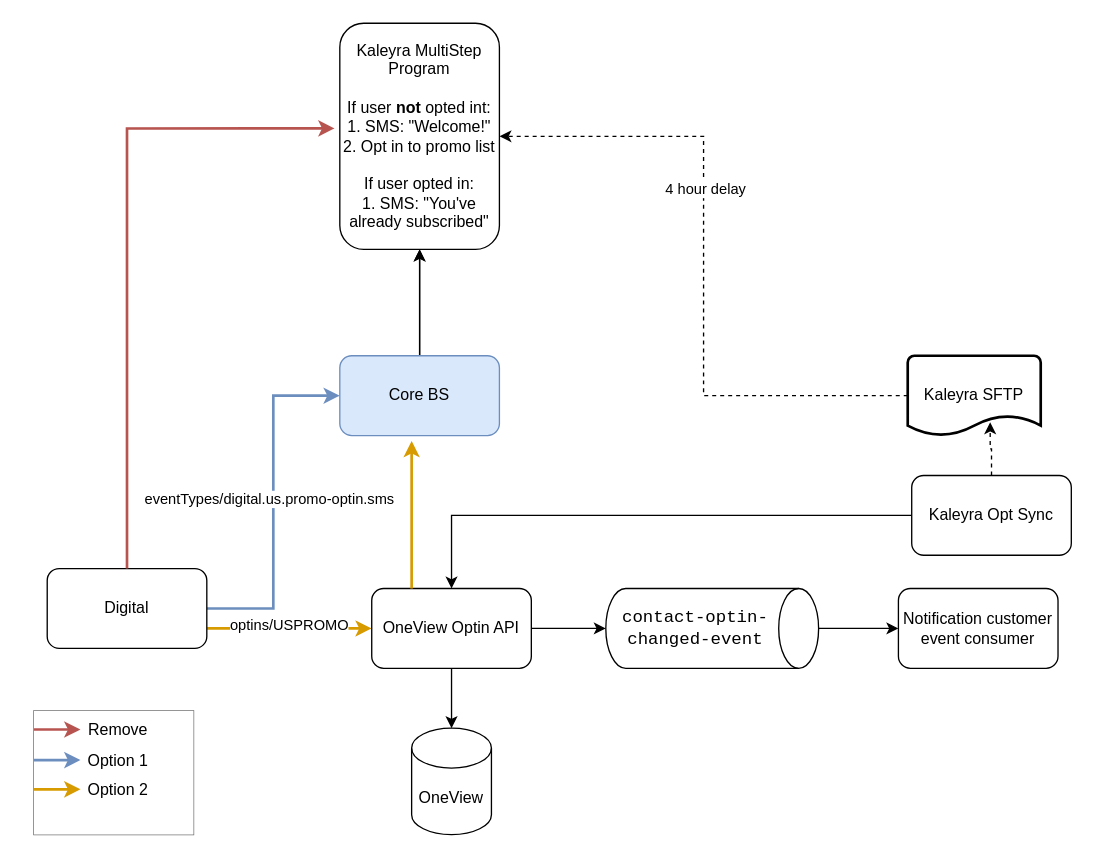
Before: drawings/Digital Optin integration.drawio in AarellanoH/draw_io, a draw.io diagram. Source tidied: cells renumbered, new cells numbered last; positions are measured from the earlier drawing's top-left corner, leaving out a move shared by most shapes. Both pictures are drawn from the tidied source at 133%, with x=0, y=0 at pixel (33, 23).
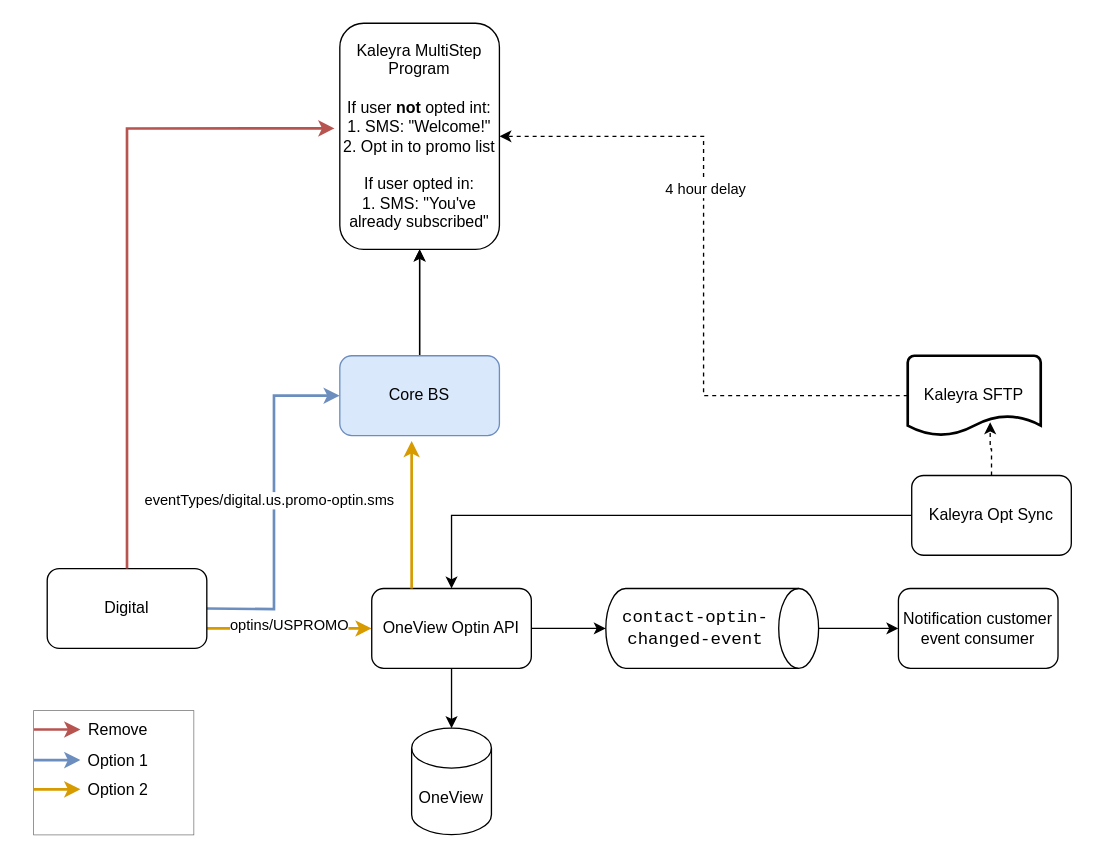
The same diagram, later.

The change refers to these unchanged cells:
```xml
<mxCell id="14" value="Core BS" style="rounded=1;whiteSpace=wrap;html=1;fillColor=#dae8fc;strokeColor=#6c8ebf;" parent="1" vertex="1">
  <mxGeometry x="230" y="250" width="120" height="60" as="geometry" />
</mxCell>
<mxCell id="19" value="Digital" style="rounded=1;whiteSpace=wrap;html=1;" parent="1" vertex="1">
  <mxGeometry x="10" y="410" width="120" height="60" as="geometry" />
</mxCell>
```

The edit, as a diff of the source:
```diff
@@
-    <mxCell id="15" style="edgeStyle=orthogonalEdgeStyle;rounded=0;jettySize=auto;html=1;entryX=0;entryY=0.5;entryDx=0;entryDy=0;fillColor=#dae8fc;strokeColor=#6c8ebf;strokeWidth=2;" parent="1" edge="1" source="19" target="14">
-      <mxGeometry relative="1" as="geometry" />
+    <mxCell id="15" style="edgeStyle=orthogonalEdgeStyle;rounded=0;jettySize=auto;html=1;entryX=0;entryY=0.5;entryDx=0;entryDy=0;fillColor=#dae8fc;strokeColor=#6c8ebf;strokeWidth=2;" parent="1" edge="1" target="14">
+      <mxGeometry relative="1" as="geometry">
+        <mxPoint x="130" y="440" as="sourcePoint" />
+      </mxGeometry>
     </mxCell>
```
